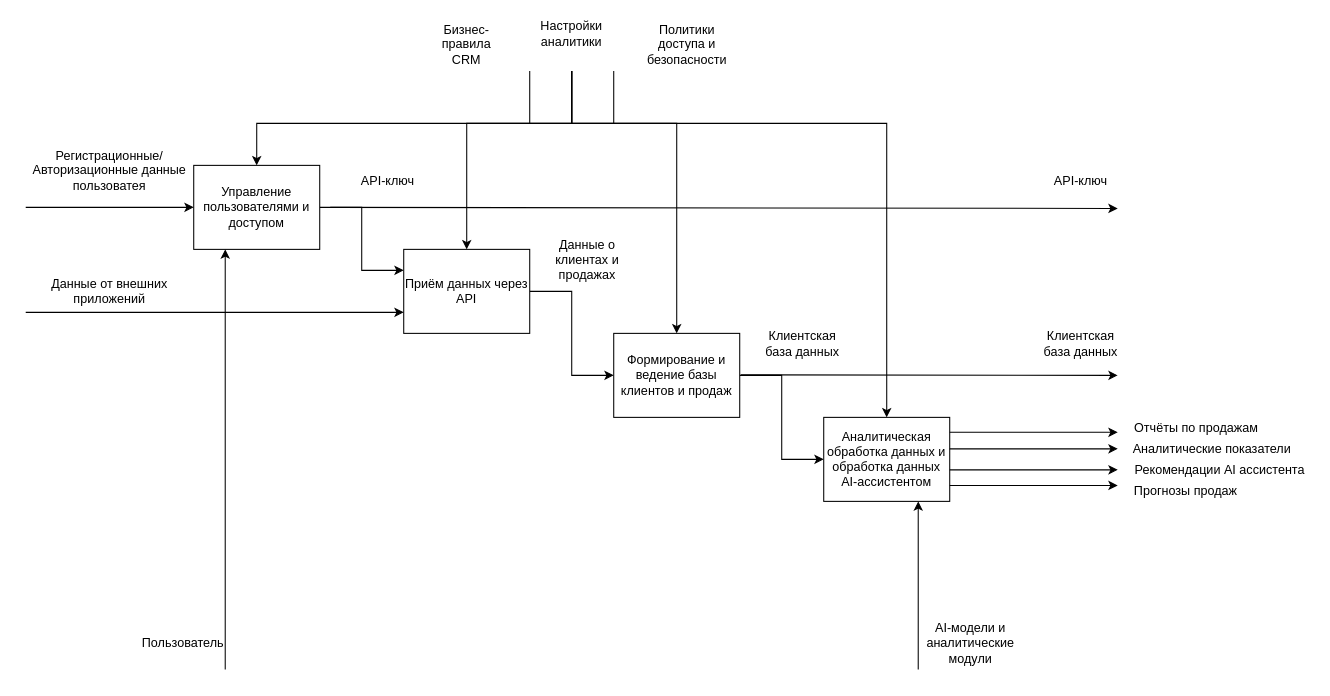
The draw.io diagram docs/src/idef0dec.drawio in StandartU/ai_crm, before the edit. Source tidied: cells renumbered, new cells numbered last; positions are measured from the earlier drawing's top-left corner, leaving out a move shared by most shapes. Both pictures are drawn from the tidied source at 105%, with x=0, y=0 at pixel (25, 18).
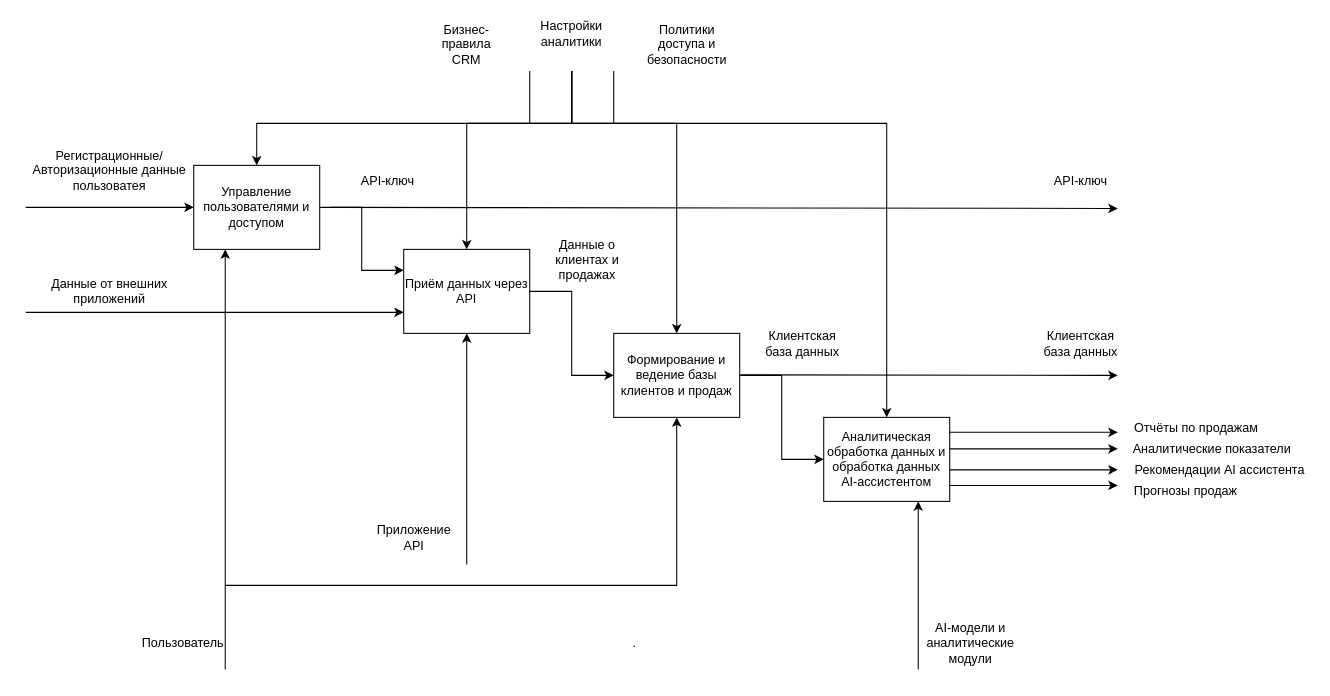
The same diagram, later.

The change refers to these unchanged cells:
```xml
<mxCell id="5" value="Приём данных через API" style="rounded=0;whiteSpace=wrap;html=1;" parent="1" vertex="1">
  <mxGeometry x="360" y="220" width="120" height="80" as="geometry" />
</mxCell>
<mxCell id="7" value="Формирование и ведение базы клиентов и продаж" style="rounded=0;whiteSpace=wrap;html=1;" parent="1" vertex="1">
  <mxGeometry x="560" y="300" width="120" height="80" as="geometry" />
</mxCell>
```

Diff of the diagram source:
```diff
@@
+    <mxCell id="41" value="Приложение API" style="text;html=1;whiteSpace=wrap;strokeColor=none;fillColor=none;align=center;verticalAlign=middle;rounded=0;" parent="1" vertex="1">
+      <mxGeometry x="340" y="480" width="60" height="30" as="geometry" />
+    </mxCell>
+    <mxCell id="42" style="endArrow=classic;html=1;rounded=0;entryX=0.5;entryY=1;entryDx=0;entryDy=0;" parent="1" edge="1" target="5">
+      <mxGeometry relative="1" as="geometry">
+        <mxPoint x="420" y="520" as="sourcePoint" />
+      </mxGeometry>
+    </mxCell>
+    <mxCell id="43" style="endArrow=classic;html=1;rounded=0;entryX=0.5;entryY=1;entryDx=0;entryDy=0;" parent="1" edge="1" target="7">
+      <mxGeometry relative="1" as="geometry">
+        <mxPoint x="190" y="540" as="sourcePoint" />
+        <Array as="points">
+          <mxPoint x="620" y="540" />
+        </Array>
+      </mxGeometry>
+    </mxCell>
+    <mxCell id="44" value="." style="text;html=1;whiteSpace=wrap;strokeColor=none;fillColor=none;align=center;verticalAlign=middle;rounded=0;" parent="1" vertex="1">
+      <mxGeometry x="550" y="580" width="60" height="30" as="geometry" />
+    </mxCell>
```
